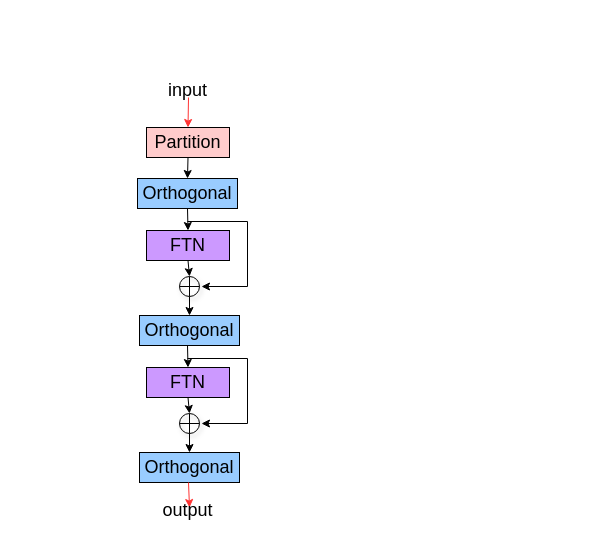
Before: images/BiLipTransformer.drawio in jingtao8a/draw.io, a draw.io diagram. Source tidied: cells renumbered, new cells numbered last; positions are measured from the earlier drawing's top-left corner, leaving out a move shared by most shapes. Both pictures are drawn from the tidied source at 100%, with x=0, y=0 at pixel (137, 70).
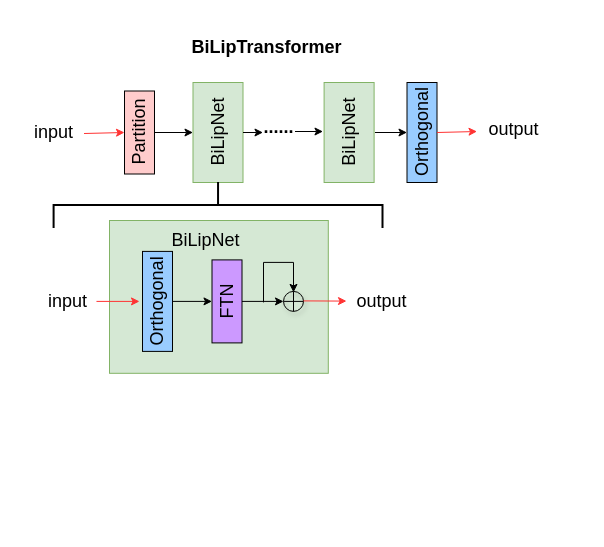
Above is the later version.

Change to the diagram source:
```diff
@@
-    <mxCell id="2" value="&lt;font style=&quot;font-size: 18px;&quot;&gt;Orthogonal&lt;/font&gt;" style="rounded=0;whiteSpace=wrap;html=1;fillColor=#99CCFF;" parent="1" vertex="1">
-      <mxGeometry y="108" width="100" height="30" as="geometry" />
-    </mxCell>
-    <mxCell id="3" value="&lt;font style=&quot;font-size: 18px;&quot;&gt;Orthogonal&lt;/font&gt;" style="rounded=0;whiteSpace=wrap;html=1;fillColor=#99CCFF;" parent="1" vertex="1">
-      <mxGeometry x="2" y="245" width="100" height="30" as="geometry" />
-    </mxCell>
-    <mxCell id="4" value="&lt;font style=&quot;font-size: 18px;&quot;&gt;FTN&lt;/font&gt;" style="rounded=0;whiteSpace=wrap;html=1;fillColor=#CC99FF;" parent="1" vertex="1">
-      <mxGeometry x="9" y="160" width="83" height="30" as="geometry" />
-    </mxCell>
-    <mxCell id="5" style="ellipse;whiteSpace=wrap;html=1;shadow=1;fillColor=none;" parent="1" vertex="1">
-      <mxGeometry x="42" y="206" width="20" height="20" as="geometry" />
-    </mxCell>
-    <mxCell id="6" style="endArrow=none;html=1;rounded=0;exitX=0;exitY=0.5;exitDx=0;exitDy=0;entryX=1;entryY=0.5;entryDx=0;entryDy=0;" parent="1" edge="1" source="5" target="5">
-      <mxGeometry relative="1" as="geometry" />
-    </mxCell>
-    <mxCell id="7" style="endArrow=none;html=1;rounded=0;exitX=0.5;exitY=1;exitDx=0;exitDy=0;entryX=0.5;entryY=0;entryDx=0;entryDy=0;" parent="1" edge="1" source="5" target="5">
-      <mxGeometry relative="1" as="geometry" />
-    </mxCell>
-    <mxCell id="8" style="endArrow=classic;html=1;rounded=0;exitX=0.5;exitY=1;exitDx=0;exitDy=0;entryX=0.5;entryY=0;entryDx=0;entryDy=0;" parent="1" edge="1" source="2" target="4">
-      <mxGeometry relative="1" as="geometry" />
-    </mxCell>
-    <mxCell id="9" style="endArrow=classic;html=1;rounded=0;exitX=0.5;exitY=1;exitDx=0;exitDy=0;entryX=0.5;entryY=0;entryDx=0;entryDy=0;" parent="1" edge="1" source="4" target="5">
-      <mxGeometry relative="1" as="geometry" />
-    </mxCell>
-    <mxCell id="10" style="endArrow=classic;html=1;rounded=0;exitX=0.5;exitY=1;exitDx=0;exitDy=0;entryX=0.5;entryY=0;entryDx=0;entryDy=0;" parent="1" edge="1" source="5" target="3">
-      <mxGeometry relative="1" as="geometry" />
-    </mxCell>
-    <mxCell id="11" style="endArrow=classic;html=1;rounded=0;entryX=1;entryY=0.5;entryDx=0;entryDy=0;" parent="1" edge="1">
-      <mxGeometry relative="1" as="geometry">
-        <mxPoint x="50" y="151" as="sourcePoint" />
-        <mxPoint x="64" y="216" as="targetPoint" />
-        <Array as="points">
-          <mxPoint x="110" y="151" />
-          <mxPoint x="110" y="216" />
-        </Array>
-      </mxGeometry>
-    </mxCell>
-    <mxCell id="12" value="&lt;font style=&quot;font-size: 18px;&quot;&gt;Partition&lt;/font&gt;" style="rounded=0;whiteSpace=wrap;html=1;fillColor=#FFCCCC;" parent="1" vertex="1">
-      <mxGeometry x="9" y="57" width="83" height="30" as="geometry" />
+    <mxCell id="12" value="&lt;font style=&quot;font-size: 18px;&quot;&gt;Partition&lt;/font&gt;" style="rounded=0;whiteSpace=wrap;html=1;fillColor=#FFCCCC;rotation=-90;" parent="1" vertex="1">
+      <mxGeometry x="-39.5" y="47" width="83" height="30" as="geometry" />
     </mxCell>
-    <mxCell id="13" style="endArrow=classic;html=1;rounded=0;exitX=0.5;exitY=1;exitDx=0;exitDy=0;entryX=0.5;entryY=0;entryDx=0;entryDy=0;" parent="1" edge="1" source="12" target="2">
+    <mxCell id="13" style="endArrow=classic;html=1;rounded=0;exitX=0.5;exitY=1;exitDx=0;exitDy=0;entryX=0.5;entryY=0;entryDx=0;entryDy=0;" parent="1" edge="1" source="12" target="27">
       <mxGeometry relative="1" as="geometry" />
     </mxCell>
-    <mxCell id="14" value="&lt;font style=&quot;font-size: 18px;&quot;&gt;Orthogonal&lt;/font&gt;" style="rounded=0;whiteSpace=wrap;html=1;fillColor=#99CCFF;" parent="1" vertex="1">
-      <mxGeometry x="2" y="382" width="100" height="30" as="geometry" />
-    </mxCell>
-    <mxCell id="15" value="&lt;font style=&quot;font-size: 18px;&quot;&gt;FTN&lt;/font&gt;" style="rounded=0;whiteSpace=wrap;html=1;fillColor=#CC99FF;" parent="1" vertex="1">
-      <mxGeometry x="9" y="297" width="83" height="30" as="geometry" />
-    </mxCell>
-    <mxCell id="16" style="ellipse;whiteSpace=wrap;html=1;shadow=1;fillColor=none;" parent="1" vertex="1">
-      <mxGeometry x="42" y="343" width="20" height="20" as="geometry" />
-    </mxCell>
-    <mxCell id="17" style="endArrow=none;html=1;rounded=0;exitX=0;exitY=0.5;exitDx=0;exitDy=0;entryX=1;entryY=0.5;entryDx=0;entryDy=0;" parent="1" edge="1" source="16" target="16">
-      <mxGeometry relative="1" as="geometry" />
-    </mxCell>
-    <mxCell id="18" style="endArrow=none;html=1;rounded=0;exitX=0.5;exitY=1;exitDx=0;exitDy=0;entryX=0.5;entryY=0;entryDx=0;entryDy=0;" parent="1" edge="1" source="16" target="16">
-      <mxGeometry relative="1" as="geometry" />
-    </mxCell>
-    <mxCell id="19" style="endArrow=classic;html=1;rounded=0;exitX=0.5;exitY=1;exitDx=0;exitDy=0;entryX=0.5;entryY=0;entryDx=0;entryDy=0;" parent="1" edge="1" target="15">
-      <mxGeometry relative="1" as="geometry">
-        <mxPoint x="50" y="275" as="sourcePoint" />
-      </mxGeometry>
-    </mxCell>
-    <mxCell id="20" style="endArrow=classic;html=1;rounded=0;exitX=0.5;exitY=1;exitDx=0;exitDy=0;entryX=0.5;entryY=0;entryDx=0;entryDy=0;" parent="1" edge="1" source="15" target="16">
-      <mxGeometry relative="1" as="geometry" />
-    </mxCell>
-    <mxCell id="21" style="endArrow=classic;html=1;rounded=0;exitX=0.5;exitY=1;exitDx=0;exitDy=0;entryX=0.5;entryY=0;entryDx=0;entryDy=0;" parent="1" edge="1" source="16" target="14">
-      <mxGeometry relative="1" as="geometry" />
-    </mxCell>
-    <mxCell id="22" style="endArrow=classic;html=1;rounded=0;entryX=1;entryY=0.5;entryDx=0;entryDy=0;" parent="1" edge="1">
-      <mxGeometry relative="1" as="geometry">
-        <mxPoint x="50" y="288" as="sourcePoint" />
-        <mxPoint x="64" y="353" as="targetPoint" />
-        <Array as="points">
-          <mxPoint x="110" y="288" />
-          <mxPoint x="110" y="353" />
-        </Array>
-      </mxGeometry>
-    </mxCell>
-    <mxCell id="23" style="endArrow=classic;html=1;rounded=0;fillColor=#FF3333;strokeColor=#FF3333;entryX=0.5;entryY=0;entryDx=0;entryDy=0;" parent="1" edge="1" target="12">
-      <mxGeometry relative="1" as="geometry">
-        <mxPoint x="51" y="27" as="sourcePoint" />
-      </mxGeometry>
+    <mxCell id="23" style="endArrow=classic;html=1;rounded=0;fillColor=#FF3333;strokeColor=#FF3333;entryX=0.5;entryY=0;entryDx=0;entryDy=0;exitX=1.017;exitY=0.525;exitDx=0;exitDy=0;exitPerimeter=0;" parent="1" edge="1" source="25" target="12">
+      <mxGeometry relative="1" as="geometry" />
     </mxCell>
-    <mxCell id="24" style="endArrow=classic;html=1;rounded=0;fillColor=#FF3333;strokeColor=#FF3333;exitX=0.5;exitY=1;exitDx=0;exitDy=0;" parent="1" edge="1">
-      <mxGeometry relative="1" as="geometry">
-        <mxPoint x="51" y="412" as="sourcePoint" />
-        <mxPoint x="52" y="437" as="targetPoint" />
-      </mxGeometry>
-    </mxCell>
     <mxCell id="25" value="&lt;font style=&quot;font-size: 18px;&quot;&gt;input&lt;/font&gt;" style="text;html=1;align=center;verticalAlign=middle;points=[];strokeColor=none;fillColor=none;" parent="1" vertex="1">
-      <mxGeometry x="20" width="60" height="40" as="geometry" />
+      <mxGeometry x="-114.5" y="42" width="60" height="40" as="geometry" />
     </mxCell>
-    <mxCell id="26" value="&lt;font style=&quot;font-size: 18px;&quot;&gt;output&lt;/font&gt;" style="text;html=1;align=center;verticalAlign=middle;strokeColor=none;fillColor=none;" parent="1" vertex="1">
-      <mxGeometry x="15" y="420" width="70" height="40" as="geometry" />
-    </mxCell>
+    <mxCell id="27" value="&lt;font style=&quot;font-size: 18px;&quot;&gt;BiLipNet&lt;/font&gt;" style="rounded=0;whiteSpace=wrap;html=1;fillColor=#d5e8d4;rotation=-90;strokeColor=#82b366;" parent="1" vertex="1">
+      <mxGeometry x="30.5" y="37" width="100" height="50" as="geometry" />
+    </mxCell>
+    <mxCell id="28" style="rounded=0;whiteSpace=wrap;html=1;fillColor=#d5e8d4;rotation=-90;strokeColor=#82b366;" parent="1" vertex="1">
+      <mxGeometry x="5" y="117" width="152.8" height="218.8" as="geometry" />
+    </mxCell>
+    <mxCell id="29" value="&lt;font style=&quot;font-size: 18px;&quot;&gt;Orthogonal&lt;/font&gt;" style="rounded=0;whiteSpace=wrap;html=1;fillColor=#99CCFF;rotation=-90;" parent="1" vertex="1">
+      <mxGeometry x="-30" y="215.9" width="100" height="30" as="geometry" />
+    </mxCell>
+    <mxCell id="30" value="&lt;font style=&quot;font-size: 18px;&quot;&gt;FTN&lt;/font&gt;" style="rounded=0;whiteSpace=wrap;html=1;fillColor=#CC99FF;rotation=-90;" parent="1" vertex="1">
+      <mxGeometry x="48" y="215.9" width="83" height="30" as="geometry" />
+    </mxCell>
+    <mxCell id="31" style="endArrow=classic;html=1;rounded=0;exitX=0.5;exitY=1;exitDx=0;exitDy=0;entryX=0.5;entryY=0;entryDx=0;entryDy=0;" parent="1" edge="1" source="29" target="30">
+      <mxGeometry relative="1" as="geometry" />
+    </mxCell>
+    <mxCell id="32" style="endArrow=classic;html=1;rounded=0;exitX=0.5;exitY=1;exitDx=0;exitDy=0;entryX=0;entryY=0.5;entryDx=0;entryDy=0;" parent="1" edge="1" source="30" target="33">
+      <mxGeometry relative="1" as="geometry" />
+    </mxCell>
+    <mxCell id="33" style="ellipse;whiteSpace=wrap;html=1;shadow=1;fillColor=none;" parent="1" vertex="1">
+      <mxGeometry x="146" y="220.9" width="20" height="20" as="geometry" />
+    </mxCell>
+    <mxCell id="34" style="endArrow=none;html=1;rounded=0;exitX=0;exitY=0.5;exitDx=0;exitDy=0;entryX=1;entryY=0.5;entryDx=0;entryDy=0;" parent="1" edge="1" source="33" target="33">
+      <mxGeometry relative="1" as="geometry" />
+    </mxCell>
+    <mxCell id="35" style="endArrow=none;html=1;rounded=0;exitX=0.5;exitY=1;exitDx=0;exitDy=0;entryX=0.5;entryY=0;entryDx=0;entryDy=0;" parent="1" edge="1" source="33" target="33">
+      <mxGeometry relative="1" as="geometry" />
+    </mxCell>
+    <mxCell id="36" style="endArrow=classic;html=1;rounded=0;" parent="1" edge="1">
+      <mxGeometry relative="1" as="geometry">
+        <mxPoint x="126" y="231.9" as="sourcePoint" />
+        <mxPoint x="156" y="221.9" as="targetPoint" />
+        <Array as="points">
+          <mxPoint x="126" y="191.9" />
+          <mxPoint x="156" y="191.9" />
+        </Array>
+      </mxGeometry>
+    </mxCell>
+    <mxCell id="37" value="&lt;font style=&quot;font-size: 18px;&quot;&gt;BiLipNet&lt;/font&gt;" style="text;html=1;align=center;verticalAlign=middle;strokeColor=none;fillColor=none;" parent="1" vertex="1">
+      <mxGeometry x="23" y="149.8" width="90" height="40" as="geometry" />
+    </mxCell>
+    <mxCell id="38" style="endArrow=classic;html=1;rounded=0;fillColor=#FF3333;strokeColor=#FF3333;entryX=0.5;entryY=0;entryDx=0;entryDy=0;exitX=0.983;exitY=0.5;exitDx=0;exitDy=0;exitPerimeter=0;" parent="1" edge="1" source="39">
+      <mxGeometry relative="1" as="geometry">
+        <mxPoint x="2" y="230.9" as="targetPoint" />
+      </mxGeometry>
+    </mxCell>
+    <mxCell id="39" value="&lt;font style=&quot;font-size: 18px;&quot;&gt;input&lt;/font&gt;" style="text;html=1;align=center;verticalAlign=middle;points=[];strokeColor=none;fillColor=none;" parent="1" vertex="1">
+      <mxGeometry x="-100" y="210.9" width="60" height="40" as="geometry" />
+    </mxCell>
+    <mxCell id="40" style="endArrow=classic;html=1;rounded=0;fillColor=#FF3333;strokeColor=#FF3333;entryX=0.5;entryY=0;entryDx=0;entryDy=0;exitX=0.983;exitY=0.5;exitDx=0;exitDy=0;exitPerimeter=0;" parent="1" edge="1">
+      <mxGeometry relative="1" as="geometry">
+        <mxPoint x="166" y="230.4" as="sourcePoint" />
+        <mxPoint x="209" y="230.6" as="targetPoint" />
+      </mxGeometry>
+    </mxCell>
+    <mxCell id="41" value="&lt;font style=&quot;font-size: 18px;&quot;&gt;output&lt;/font&gt;" style="text;html=1;align=center;verticalAlign=middle;strokeColor=none;fillColor=none;" parent="1" vertex="1">
+      <mxGeometry x="209" y="210.9" width="70" height="40" as="geometry" />
+    </mxCell>
+    <mxCell id="42" style="endArrow=classic;html=1;rounded=0;exitX=0.5;exitY=1;exitDx=0;exitDy=0;" parent="1" edge="1" source="27">
+      <mxGeometry relative="1" as="geometry">
+        <mxPoint x="125.5" y="62" as="targetPoint" />
+      </mxGeometry>
+    </mxCell>
+    <mxCell id="43" value="&lt;font style=&quot;font-size: 18px;&quot;&gt;&lt;b&gt;......&lt;/b&gt;&lt;/font&gt;" style="text;html=1;align=center;verticalAlign=middle;strokeColor=none;fillColor=none;" parent="1" vertex="1">
+      <mxGeometry x="115.5" y="37" width="50" height="40" as="geometry" />
+    </mxCell>
+    <mxCell id="44" style="endArrow=classic;html=1;rounded=0;exitX=0.92;exitY=0.675;exitDx=0;exitDy=0;exitPerimeter=0;" parent="1" edge="1">
+      <mxGeometry relative="1" as="geometry">
+        <mxPoint x="157.5" y="61" as="sourcePoint" />
+        <mxPoint x="185.5" y="61" as="targetPoint" />
+      </mxGeometry>
+    </mxCell>
+    <mxCell id="45" value="&lt;font style=&quot;font-size: 18px;&quot;&gt;BiLipNet&lt;/font&gt;" style="rounded=0;whiteSpace=wrap;html=1;fillColor=#d5e8d4;rotation=-90;strokeColor=#82b366;" parent="1" vertex="1">
+      <mxGeometry x="161.6" y="37" width="100" height="50" as="geometry" />
+    </mxCell>
+    <mxCell id="46" value="&lt;font style=&quot;font-size: 18px;&quot;&gt;Orthogonal&lt;/font&gt;" style="rounded=0;whiteSpace=wrap;html=1;fillColor=#99CCFF;rotation=-90;" parent="1" vertex="1">
+      <mxGeometry x="234.5" y="47" width="100" height="30" as="geometry" />
+    </mxCell>
+    <mxCell id="47" style="endArrow=classic;html=1;rounded=0;exitX=0.92;exitY=0.675;exitDx=0;exitDy=0;exitPerimeter=0;entryX=0.5;entryY=0;entryDx=0;entryDy=0;" parent="1" edge="1" target="46">
+      <mxGeometry relative="1" as="geometry">
+        <mxPoint x="237.5" y="62" as="sourcePoint" />
+      </mxGeometry>
+    </mxCell>
+    <mxCell id="48" style="endArrow=classic;html=1;rounded=0;fillColor=#FF3333;strokeColor=#FF3333;entryX=-0.014;entryY=0.55;entryDx=0;entryDy=0;exitX=0.5;exitY=1;exitDx=0;exitDy=0;entryPerimeter=0;" parent="1" edge="1" source="46" target="49">
+      <mxGeometry relative="1" as="geometry" />
+    </mxCell>
+    <mxCell id="49" value="&lt;font style=&quot;font-size: 18px;&quot;&gt;output&lt;/font&gt;" style="text;html=1;align=center;verticalAlign=middle;points=[];strokeColor=none;fillColor=none;" parent="1" vertex="1">
+      <mxGeometry x="340.5" y="39" width="70" height="40" as="geometry" />
+    </mxCell>
+    <mxCell id="50" style="strokeWidth=2;html=1;shape=mxgraph.flowchart.annotation_2;align=left;labelPosition=right;rotation=90;" parent="1" vertex="1">
+      <mxGeometry x="57.6" y="-30" width="45.9" height="328.9" as="geometry" />
+    </mxCell>
+    <mxCell id="51" style="swimlane;startSize=0;strokeColor=none;" parent="1" vertex="1">
+      <mxGeometry x="-120" y="-53" width="570" height="400" as="geometry" />
+    </mxCell>
+    <mxCell id="52" value="&lt;b&gt;&lt;font style=&quot;font-size: 18px;&quot;&gt;BiLipTransformer&lt;/font&gt;&lt;/b&gt;" style="text;html=1;align=center;verticalAlign=middle;strokeColor=none;fillColor=none;" parent="51" vertex="1">
+      <mxGeometry x="163.5" y="10" width="170" height="40" as="geometry" />
+    </mxCell>
```
